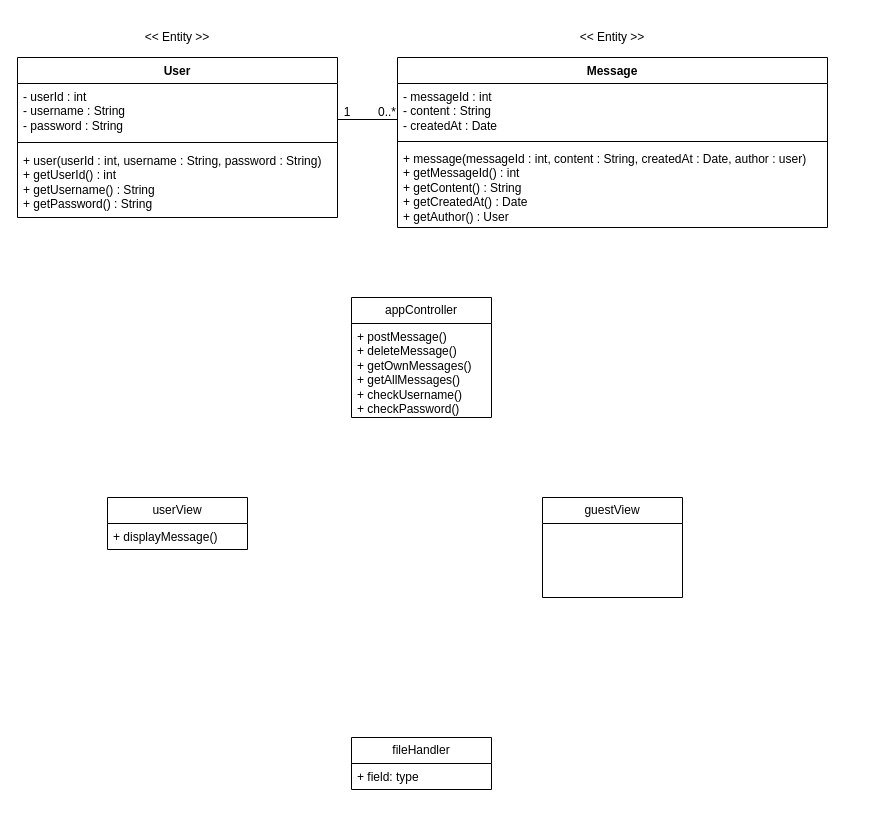
This is diagrams/class_diagram.drawio from SaraMalmstedt/Chatterbox_Group3, a draw.io file, before an edit. Source tidied: cells renumbered, new cells numbered last; positions are measured from the earlier drawing's top-left corner, leaving out a move shared by most shapes. Both pictures are drawn from the tidied source at 100%, with x=0, y=0 at pixel (17, 17).
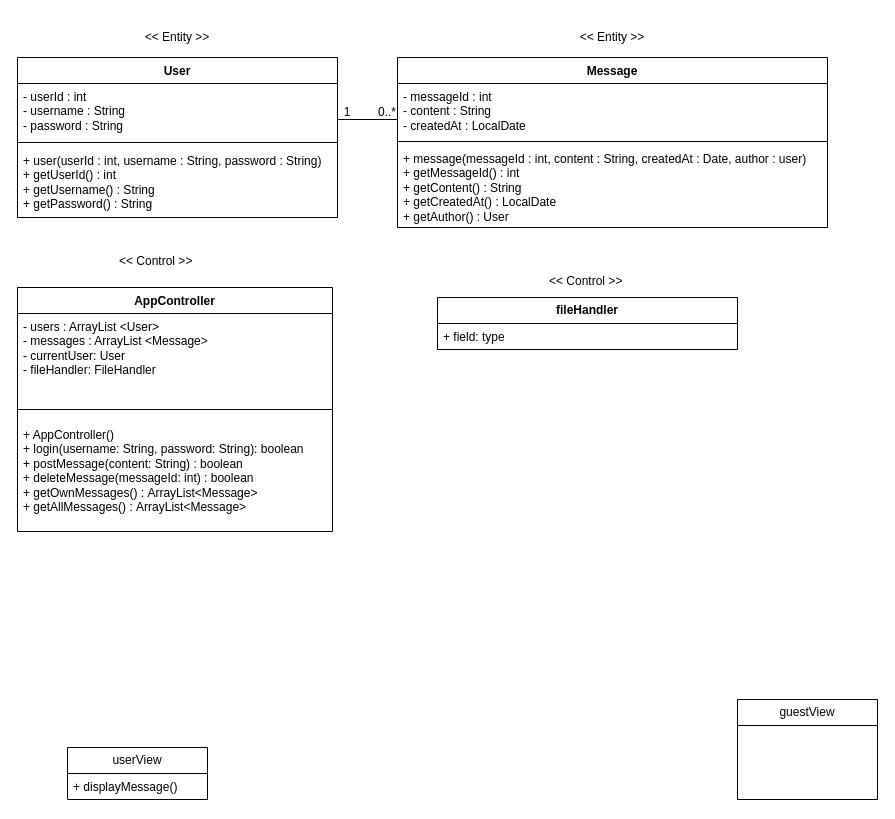
The same page after the edit.

Commit message (it also covers changes not shown here):
Update class diagram with Controll class AppController

Unchanged cells that the change refers to:
```xml
<mxCell id="6" value="Message" style="swimlane;fontStyle=1;align=center;verticalAlign=top;horizontal=1;startSize=26;whiteSpace=wrap;html=1;" parent="1" vertex="1">
  <mxGeometry x="380" y="40" width="430" height="170" as="geometry" />
</mxCell>
```

Diff of the diagram source:
```diff
@@
-    <mxCell id="7" value="- messageId : int&lt;div&gt;- content : String&lt;/div&gt;&lt;div&gt;- createdAt : Date&lt;/div&gt;" style="text;strokeColor=none;fillColor=none;align=left;verticalAlign=top;spacingLeft=4;spacingRight=4;overflow=hidden;whiteSpace=wrap;html=1;" parent="6" vertex="1">
+    <mxCell id="7" value="- messageId : int&lt;div&gt;- content : String&lt;/div&gt;&lt;div&gt;- createdAt : LocalDate&lt;/div&gt;" style="text;strokeColor=none;fillColor=none;align=left;verticalAlign=top;spacingLeft=4;spacingRight=4;overflow=hidden;whiteSpace=wrap;html=1;" parent="6" vertex="1">
       <mxGeometry y="26" width="430" height="54" as="geometry" />
     </mxCell>
@@
-    <mxCell id="9" value="+ message(messageId : int, content : String, createdAt : Date, author : user)&lt;div&gt;+ getMessageId() : int&lt;/div&gt;&lt;div&gt;+ getContent() : String&lt;/div&gt;&lt;div&gt;+ getCreatedAt() : Date&lt;/div&gt;&lt;div&gt;+ getAuthor() : User&lt;/div&gt;" style="text;strokeColor=none;fillColor=none;align=left;verticalAlign=top;spacingLeft=4;spacingRight=4;overflow=hidden;whiteSpace=wrap;html=1;" parent="6" vertex="1">
+    <mxCell id="9" value="+ message(messageId : int, content : String, createdAt : Date, author : user)&lt;div&gt;+ getMessageId() : int&lt;/div&gt;&lt;div&gt;+ getContent() : String&lt;/div&gt;&lt;div&gt;+ getCreatedAt() : LocalDate&lt;/div&gt;&lt;div&gt;+ getAuthor() : User&lt;/div&gt;" style="text;strokeColor=none;fillColor=none;align=left;verticalAlign=top;spacingLeft=4;spacingRight=4;overflow=hidden;whiteSpace=wrap;html=1;" parent="6" vertex="1">
       <mxGeometry y="88" width="430" height="82" as="geometry" />
     </mxCell>
@@
     <mxCell id="13" value="guestView" style="swimlane;fontStyle=0;horizontal=1;startSize=26;fillColor=none;whiteSpace=wrap;html=1;" parent="1" vertex="1">
-      <mxGeometry x="525" y="480" width="140" height="100" as="geometry" />
+      <mxGeometry x="720" y="682" width="140" height="100" as="geometry" />
     </mxCell>
-    <mxCell id="14" value="fileHandler" style="swimlane;fontStyle=0;horizontal=1;startSize=26;fillColor=none;whiteSpace=wrap;html=1;" parent="1" vertex="1">
-      <mxGeometry x="334" y="720" width="140" height="52" as="geometry" />
+    <mxCell id="14" value="&lt;b&gt;fileHandler&lt;/b&gt;" style="swimlane;fontStyle=0;horizontal=1;startSize=26;fillColor=none;whiteSpace=wrap;html=1;" parent="1" vertex="1">
+      <mxGeometry x="420" y="280" width="300" height="52" as="geometry" />
     </mxCell>
     <mxCell id="15" value="+ field: type" style="text;strokeColor=none;fillColor=none;align=left;verticalAlign=top;spacingLeft=4;spacingRight=4;overflow=hidden;whiteSpace=wrap;html=1;" parent="14" vertex="1">
-      <mxGeometry y="26" width="140" height="26" as="geometry" />
+      <mxGeometry y="26" width="300" height="26" as="geometry" />
     </mxCell>
-    <mxCell id="16" value="appController" style="swimlane;fontStyle=0;horizontal=1;startSize=26;fillColor=none;whiteSpace=wrap;html=1;" parent="1" vertex="1">
-      <mxGeometry x="334" y="280" width="140" height="120" as="geometry" />
-    </mxCell>
-    <mxCell id="17" value="+ postMessage()&lt;div&gt;+ deleteMessage()&lt;/div&gt;&lt;div&gt;+ getOwnMessages()&lt;/div&gt;&lt;div&gt;+ getAllMessages()&lt;/div&gt;&lt;div&gt;+ checkUsername()&lt;/div&gt;&lt;div&gt;+ checkPassword()&lt;/div&gt;" style="text;strokeColor=none;fillColor=none;align=left;verticalAlign=top;spacingLeft=4;spacingRight=4;overflow=hidden;whiteSpace=wrap;html=1;" parent="16" vertex="1">
-      <mxGeometry y="26" width="140" height="94" as="geometry" />
-    </mxCell>
@@
     <mxCell id="20" value="userView" style="swimlane;fontStyle=0;horizontal=1;startSize=26;fillColor=none;whiteSpace=wrap;html=1;" parent="1" vertex="1">
-      <mxGeometry x="90" y="480" width="140" height="52" as="geometry" />
+      <mxGeometry x="50" y="730" width="140" height="52" as="geometry" />
     </mxCell>
@@
+    <mxCell id="22" value="AppController" style="swimlane;fontStyle=1;align=center;verticalAlign=top;horizontal=1;startSize=26;whiteSpace=wrap;html=1;" parent="1" vertex="1">
+      <mxGeometry y="270" width="315" height="244" as="geometry" />
+    </mxCell>
+    <mxCell id="23" value="- users : ArrayList &amp;lt;User&amp;gt;&lt;div&gt;- messages : ArrayList &amp;lt;Message&amp;gt;&lt;/div&gt;&lt;div&gt;- currentUser: User&lt;/div&gt;&lt;div&gt;- fileHandler: FileHandler&lt;/div&gt;&lt;div&gt;&lt;br&gt;&lt;/div&gt;&lt;div&gt;&lt;br&gt;&lt;/div&gt;&lt;div&gt;&lt;br&gt;&lt;/div&gt;&lt;div&gt;&lt;br&gt;&lt;/div&gt;" style="text;strokeColor=none;fillColor=none;align=left;verticalAlign=top;spacingLeft=4;spacingRight=4;overflow=hidden;whiteSpace=wrap;html=1;" parent="22" vertex="1">
+      <mxGeometry y="26" width="315" height="84" as="geometry" />
+    </mxCell>
+    <mxCell id="24" style="line;strokeWidth=1;fillColor=none;align=left;verticalAlign=middle;spacingTop=-1;spacingLeft=3;spacingRight=3;labelPosition=right;strokeColor=inherit;" parent="22" vertex="1">
+      <mxGeometry y="110" width="315" height="24" as="geometry" />
+    </mxCell>
+    <mxCell id="25" value="&lt;div&gt;&lt;span style=&quot;background-color: transparent; color: light-dark(rgb(0, 0, 0), rgb(255, 255, 255));&quot;&gt;+ AppController()&lt;/span&gt;&lt;/div&gt;&lt;div&gt;+ login(&lt;span style=&quot;color: light-dark(rgb(0, 0, 0), rgb(255, 255, 255)); background-color: transparent;&quot;&gt;username: String, password: String&lt;/span&gt;&lt;span style=&quot;color: light-dark(rgb(0, 0, 0), rgb(255, 255, 255)); background-color: transparent;&quot;&gt;): boolean&lt;/span&gt;&lt;span style=&quot;background-color: transparent; color: light-dark(rgb(0, 0, 0), rgb(255, 255, 255));&quot;&gt;&lt;/span&gt;&lt;/div&gt;+ postMessage(content: String) : boolean&lt;div&gt;+ deleteMessage(messageId: int) : boolean&lt;/div&gt;&lt;div&gt;+ getOwnMessages() :&amp;nbsp;&lt;span style=&quot;background-color: transparent; color: light-dark(rgb(0, 0, 0), rgb(255, 255, 255));&quot;&gt;ArrayList&amp;lt;Message&amp;gt;&lt;/span&gt;&lt;/div&gt;&lt;div&gt;+ getAllMessages() :&amp;nbsp;&lt;span style=&quot;background-color: transparent; color: light-dark(rgb(0, 0, 0), rgb(255, 255, 255));&quot;&gt;ArrayList&amp;lt;Message&amp;gt;&lt;/span&gt;&lt;/div&gt;&lt;div&gt;&lt;br&gt;&lt;/div&gt;" style="text;strokeColor=none;fillColor=none;align=left;verticalAlign=top;spacingLeft=4;spacingRight=4;overflow=hidden;whiteSpace=wrap;html=1;" parent="22" vertex="1">
+      <mxGeometry y="134" width="315" height="110" as="geometry" />
+    </mxCell>
+    <mxCell id="26" value="&lt;span style=&quot;color: rgb(0, 0, 0); font-family: Helvetica; font-size: 12px; font-style: normal; font-variant-ligatures: normal; font-variant-caps: normal; font-weight: 400; letter-spacing: normal; orphans: 2; text-align: center; text-indent: 0px; text-transform: none; widows: 2; word-spacing: 0px; -webkit-text-stroke-width: 0px; white-space: normal; text-decoration-thickness: initial; text-decoration-style: initial; text-decoration-color: initial; float: none; background-color: rgb(255, 255, 255); display: inline !important;&quot;&gt;&amp;lt;&amp;lt; Control &amp;gt;&amp;gt;&lt;/span&gt;" style="text;whiteSpace=wrap;html=1;" parent="1" vertex="1">
+      <mxGeometry x="100" y="230" width="100" height="40" as="geometry" />
+    </mxCell>
+    <mxCell id="27" value="&lt;span style=&quot;color: rgb(0, 0, 0); font-family: Helvetica; font-size: 12px; font-style: normal; font-variant-ligatures: normal; font-variant-caps: normal; font-weight: 400; letter-spacing: normal; orphans: 2; text-align: center; text-indent: 0px; text-transform: none; widows: 2; word-spacing: 0px; -webkit-text-stroke-width: 0px; white-space: normal; text-decoration-thickness: initial; text-decoration-style: initial; text-decoration-color: initial; float: none; background-color: rgb(255, 255, 255); display: inline !important;&quot;&gt;&amp;lt;&amp;lt; Control &amp;gt;&amp;gt;&lt;/span&gt;" style="text;whiteSpace=wrap;html=1;" parent="1" vertex="1">
+      <mxGeometry x="530" y="250" width="100" height="40" as="geometry" />
+    </mxCell>
```
